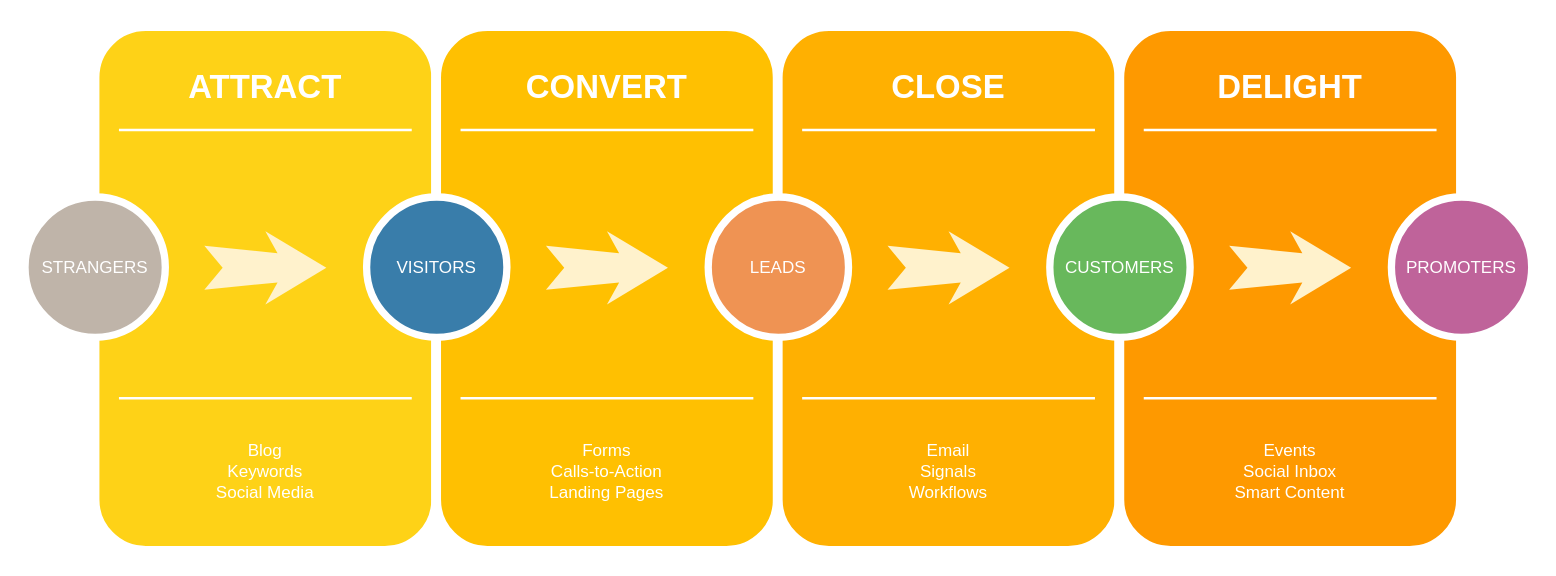
Before: Intelligence Cycle.drawio in DarkHesse/DarkHesse, a draw.io diagram. Source tidied: cells renumbered, new cells numbered last; positions are measured from the earlier drawing's top-left corner, leaving out a move shared by most shapes. Both pictures are drawn from the tidied source at 122%, with x=0, y=0 at pixel (24, 26).
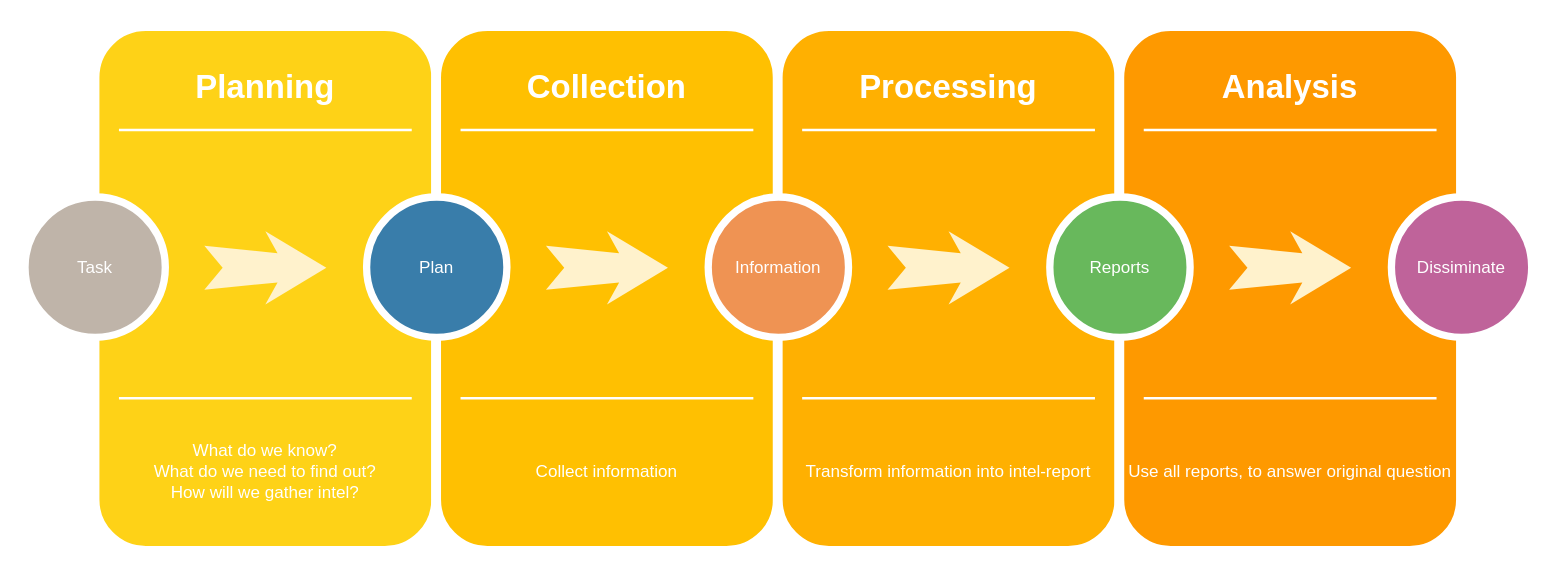
Above is the later version.

Diff of the diagram source:
```diff
@@
-    <mxCell id="3" value="ATTRACT" style="text;html=1;strokeColor=none;fillColor=none;align=center;verticalAlign=middle;whiteSpace=wrap;rounded=0;shadow=0;fontSize=27;fontColor=#FFFFFF;fontStyle=1;" parent="1" vertex="1">
+    <mxCell id="3" value="Planning" style="text;html=1;strokeColor=none;fillColor=none;align=center;verticalAlign=middle;whiteSpace=wrap;rounded=0;shadow=0;fontSize=27;fontColor=#FFFFFF;fontStyle=1;" parent="1" vertex="1">
       <mxGeometry x="57" y="20" width="280" height="60" as="geometry" />
     </mxCell>
-    <mxCell id="4" value="Blog&lt;div&gt;Keywords&lt;/div&gt;&lt;div&gt;Social Media&lt;/div&gt;" style="text;html=1;strokeColor=none;fillColor=none;align=center;verticalAlign=middle;whiteSpace=wrap;rounded=0;shadow=0;fontSize=14;fontColor=#FFFFFF;" parent="1" vertex="1">
+    <mxCell id="4" value="What do we know?&lt;br&gt;What do we need to find out?&lt;br&gt;How will we gather intel?" style="text;html=1;strokeColor=none;fillColor=none;align=center;verticalAlign=middle;whiteSpace=wrap;rounded=0;shadow=0;fontSize=14;fontColor=#FFFFFF;" parent="1" vertex="1">
       <mxGeometry x="57" y="320" width="280" height="90" as="geometry" />
     </mxCell>
@@
-    <mxCell id="7" value="STRANGERS" style="ellipse;whiteSpace=wrap;html=1;rounded=0;shadow=0;strokeWidth=6;fontSize=14;align=center;fillColor=#BFB4A9;strokeColor=#FFFFFF;fontColor=#FFFFFF;" parent="1" vertex="1">
+    <mxCell id="7" value="Task" style="ellipse;whiteSpace=wrap;html=1;rounded=0;shadow=0;strokeWidth=6;fontSize=14;align=center;fillColor=#BFB4A9;strokeColor=#FFFFFF;fontColor=#FFFFFF;" parent="1" vertex="1">
       <mxGeometry y="140" width="115" height="115" as="geometry" />
     </mxCell>
@@
-    <mxCell id="10" value="CONVERT" style="text;html=1;strokeColor=none;fillColor=none;align=center;verticalAlign=middle;whiteSpace=wrap;rounded=0;shadow=0;fontSize=27;fontColor=#FFFFFF;fontStyle=1;" parent="1" vertex="1">
+    <mxCell id="10" value="Collection" style="text;html=1;strokeColor=none;fillColor=none;align=center;verticalAlign=middle;whiteSpace=wrap;rounded=0;shadow=0;fontSize=27;fontColor=#FFFFFF;fontStyle=1;" parent="1" vertex="1">
       <mxGeometry x="337" y="20" width="280" height="60" as="geometry" />
     </mxCell>
-    <mxCell id="11" value="Forms&lt;div&gt;Calls-to-Action&lt;/div&gt;&lt;div&gt;Landing Pages&lt;/div&gt;" style="text;html=1;strokeColor=none;fillColor=none;align=center;verticalAlign=middle;whiteSpace=wrap;rounded=0;shadow=0;fontSize=14;fontColor=#FFFFFF;" parent="1" vertex="1">
+    <mxCell id="11" value="Collect information" style="text;html=1;strokeColor=none;fillColor=none;align=center;verticalAlign=middle;whiteSpace=wrap;rounded=0;shadow=0;fontSize=14;fontColor=#FFFFFF;" parent="1" vertex="1">
       <mxGeometry x="337" y="320" width="280" height="90" as="geometry" />
     </mxCell>
@@
-    <mxCell id="14" value="VISITORS" style="ellipse;whiteSpace=wrap;html=1;rounded=0;shadow=0;strokeWidth=6;fontSize=14;align=center;fillColor=#397DAA;strokeColor=#FFFFFF;fontColor=#FFFFFF;" parent="1" vertex="1">
+    <mxCell id="14" value="Plan" style="ellipse;whiteSpace=wrap;html=1;rounded=0;shadow=0;strokeWidth=6;fontSize=14;align=center;fillColor=#397DAA;strokeColor=#FFFFFF;fontColor=#FFFFFF;" parent="1" vertex="1">
       <mxGeometry x="280" y="140" width="115" height="115" as="geometry" />
     </mxCell>
@@
-    <mxCell id="17" value="CLOSE" style="text;html=1;strokeColor=none;fillColor=none;align=center;verticalAlign=middle;whiteSpace=wrap;rounded=0;shadow=0;fontSize=27;fontColor=#FFFFFF;fontStyle=1;" parent="1" vertex="1">
+    <mxCell id="17" value="Processing" style="text;html=1;strokeColor=none;fillColor=none;align=center;verticalAlign=middle;whiteSpace=wrap;rounded=0;shadow=0;fontSize=27;fontColor=#FFFFFF;fontStyle=1;" parent="1" vertex="1">
       <mxGeometry x="617" y="20" width="280" height="60" as="geometry" />
     </mxCell>
-    <mxCell id="18" value="Email&lt;div&gt;Signals&lt;/div&gt;&lt;div&gt;Workflows&lt;/div&gt;" style="text;html=1;strokeColor=none;fillColor=none;align=center;verticalAlign=middle;whiteSpace=wrap;rounded=0;shadow=0;fontSize=14;fontColor=#FFFFFF;" parent="1" vertex="1">
+    <mxCell id="18" value="Transform information into intel-report" style="text;html=1;strokeColor=none;fillColor=none;align=center;verticalAlign=middle;whiteSpace=wrap;rounded=0;shadow=0;fontSize=14;fontColor=#FFFFFF;" parent="1" vertex="1">
       <mxGeometry x="617" y="320" width="280" height="90" as="geometry" />
     </mxCell>
@@
-    <mxCell id="21" value="LEADS" style="ellipse;whiteSpace=wrap;html=1;rounded=0;shadow=0;strokeWidth=6;fontSize=14;align=center;fillColor=#EF9353;strokeColor=#FFFFFF;fontColor=#FFFFFF;" parent="1" vertex="1">
+    <mxCell id="21" value="Information" style="ellipse;whiteSpace=wrap;html=1;rounded=0;shadow=0;strokeWidth=6;fontSize=14;align=center;fillColor=#EF9353;strokeColor=#FFFFFF;fontColor=#FFFFFF;" parent="1" vertex="1">
       <mxGeometry x="560" y="140" width="115" height="115" as="geometry" />
     </mxCell>
@@
-    <mxCell id="24" value="DELIGHT" style="text;html=1;strokeColor=none;fillColor=none;align=center;verticalAlign=middle;whiteSpace=wrap;rounded=0;shadow=0;fontSize=27;fontColor=#FFFFFF;fontStyle=1;" parent="1" vertex="1">
+    <mxCell id="24" value="Analysis" style="text;html=1;strokeColor=none;fillColor=none;align=center;verticalAlign=middle;whiteSpace=wrap;rounded=0;shadow=0;fontSize=27;fontColor=#FFFFFF;fontStyle=1;" parent="1" vertex="1">
       <mxGeometry x="897" y="20" width="280" height="60" as="geometry" />
     </mxCell>
-    <mxCell id="25" value="Events&lt;div&gt;Social Inbox&lt;/div&gt;&lt;div&gt;Smart Content&lt;/div&gt;" style="text;html=1;strokeColor=none;fillColor=none;align=center;verticalAlign=middle;whiteSpace=wrap;rounded=0;shadow=0;fontSize=14;fontColor=#FFFFFF;" parent="1" vertex="1">
+    <mxCell id="25" value="Use all reports, to answer original question" style="text;html=1;strokeColor=none;fillColor=none;align=center;verticalAlign=middle;whiteSpace=wrap;rounded=0;shadow=0;fontSize=14;fontColor=#FFFFFF;" parent="1" vertex="1">
       <mxGeometry x="897" y="320" width="280" height="90" as="geometry" />
     </mxCell>
@@
-    <mxCell id="28" value="CUSTOMERS" style="ellipse;whiteSpace=wrap;html=1;rounded=0;shadow=0;strokeWidth=6;fontSize=14;align=center;fillColor=#68B85C;strokeColor=#FFFFFF;fontColor=#FFFFFF;" parent="1" vertex="1">
+    <mxCell id="28" value="Reports" style="ellipse;whiteSpace=wrap;html=1;rounded=0;shadow=0;strokeWidth=6;fontSize=14;align=center;fillColor=#68B85C;strokeColor=#FFFFFF;fontColor=#FFFFFF;" parent="1" vertex="1">
       <mxGeometry x="840" y="140" width="115" height="115" as="geometry" />
     </mxCell>
@@
-    <mxCell id="30" value="PROMOTERS" style="ellipse;whiteSpace=wrap;html=1;rounded=0;shadow=0;strokeWidth=6;fontSize=14;align=center;fillColor=#BF639A;strokeColor=#FFFFFF;fontColor=#FFFFFF;" parent="1" vertex="1">
+    <mxCell id="30" value="Dissiminate" style="ellipse;whiteSpace=wrap;html=1;rounded=0;shadow=0;strokeWidth=6;fontSize=14;align=center;fillColor=#BF639A;strokeColor=#FFFFFF;fontColor=#FFFFFF;" parent="1" vertex="1">
       <mxGeometry x="1120" y="140" width="115" height="115" as="geometry" />
     </mxCell>
```
